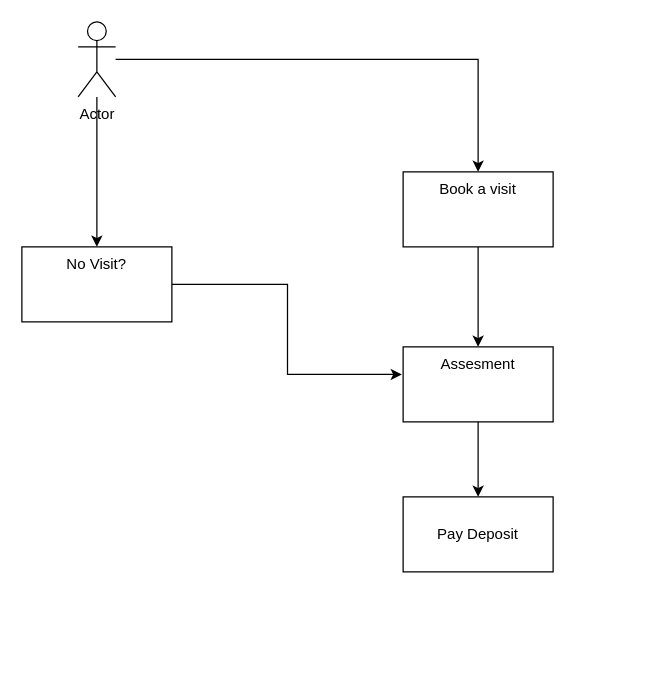
Earlier version of the draw.io diagram CarehomeHighLevelProcess.drawio (mattwatts36/drawings). Source tidied: cells renumbered, new cells numbered last; positions are measured from the earlier drawing's top-left corner, leaving out a move shared by most shapes. Both pictures are drawn from the tidied source at 125%, with x=0, y=0 at pixel (21, 21).
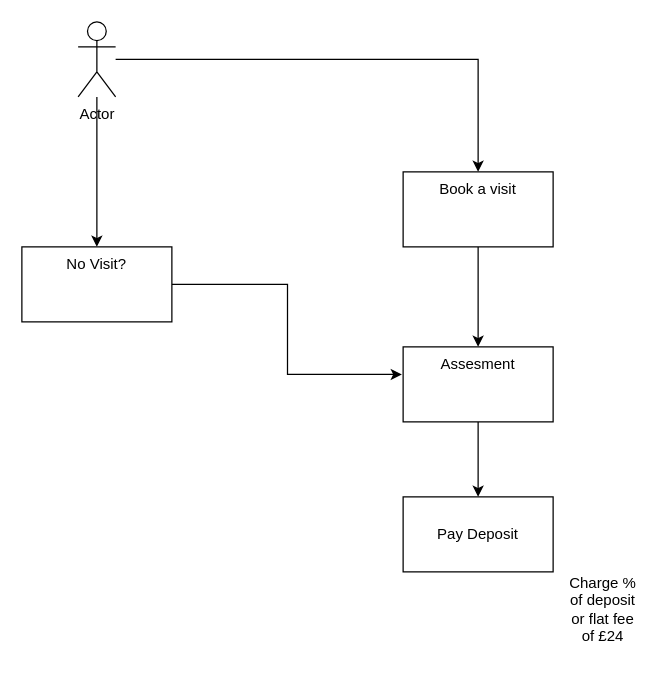
The same page after the edit.

Commit message:
Added fee details

Diff of the diagram source:
```diff
@@
 <mxGraphModel>
   <root>
     <mxCell id="0" />
     <mxCell id="1" parent="0" />
     <mxCell id="2" style="edgeStyle=orthogonalEdgeStyle;rounded=0;jettySize=auto;html=1;" parent="1" edge="1" source="4" target="7">
       <mxGeometry relative="1" as="geometry" />
     </mxCell>
     <mxCell id="3" style="edgeStyle=orthogonalEdgeStyle;rounded=0;jettySize=auto;html=1;" parent="1" edge="1" source="4" target="9">
       <mxGeometry relative="1" as="geometry" />
     </mxCell>
     <mxCell id="4" value="Actor" style="shape=umlActor;verticalLabelPosition=bottom;verticalAlign=top;html=1;outlineConnect=0;" parent="1" vertex="1">
       <mxGeometry x="45" width="30" height="60" as="geometry" />
     </mxCell>
     <mxCell id="5" value="Pay Deposit" style="rounded=0;whiteSpace=wrap;html=1;" parent="1" vertex="1">
       <mxGeometry x="305" y="380" width="120" height="60" as="geometry" />
     </mxCell>
     <mxCell id="6" style="edgeStyle=orthogonalEdgeStyle;rounded=0;jettySize=auto;html=1;" parent="1" edge="1" source="7" target="11">
       <mxGeometry relative="1" as="geometry" />
     </mxCell>
     <mxCell id="7" value="Book a visit" style="whiteSpace=wrap;html=1;verticalAlign=top;" parent="1" vertex="1">
       <mxGeometry x="305" y="120" width="120" height="60" as="geometry" />
     </mxCell>
     <mxCell id="8" style="edgeStyle=orthogonalEdgeStyle;rounded=0;jettySize=auto;html=1;entryX=-0.008;entryY=0.367;entryDx=0;entryDy=0;entryPerimeter=0;" parent="1" edge="1" source="9" target="11">
       <mxGeometry relative="1" as="geometry" />
     </mxCell>
     <mxCell id="9" value="No Visit?" style="whiteSpace=wrap;html=1;verticalAlign=top;" parent="1" vertex="1">
       <mxGeometry y="180" width="120" height="60" as="geometry" />
     </mxCell>
     <mxCell id="10" style="edgeStyle=orthogonalEdgeStyle;rounded=0;jettySize=auto;html=1;" parent="1" edge="1" source="11" target="5">
       <mxGeometry relative="1" as="geometry" />
     </mxCell>
     <mxCell id="11" value="Assesment" style="whiteSpace=wrap;html=1;verticalAlign=top;" parent="1" vertex="1">
       <mxGeometry x="305" y="260" width="120" height="60" as="geometry" />
     </mxCell>
+    <mxCell id="12" value="Charge % of deposit or flat fee of £24" style="text;html=1;strokeColor=none;fillColor=none;align=center;verticalAlign=middle;whiteSpace=wrap;rounded=0;" parent="1" vertex="1">
+      <mxGeometry x="435" y="430" width="60" height="80" as="geometry" />
+    </mxCell>
   </root>
 </mxGraphModel>
```
